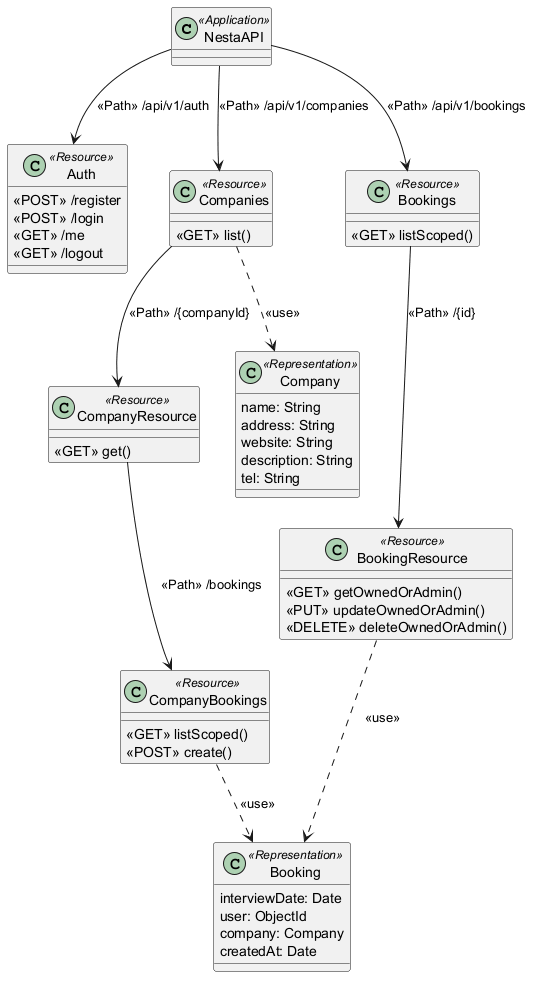
This is docs/diagrams/api-profile.png from Nesta1223/Nesta-JobFair, a PlantUML export, as it was before one commit.
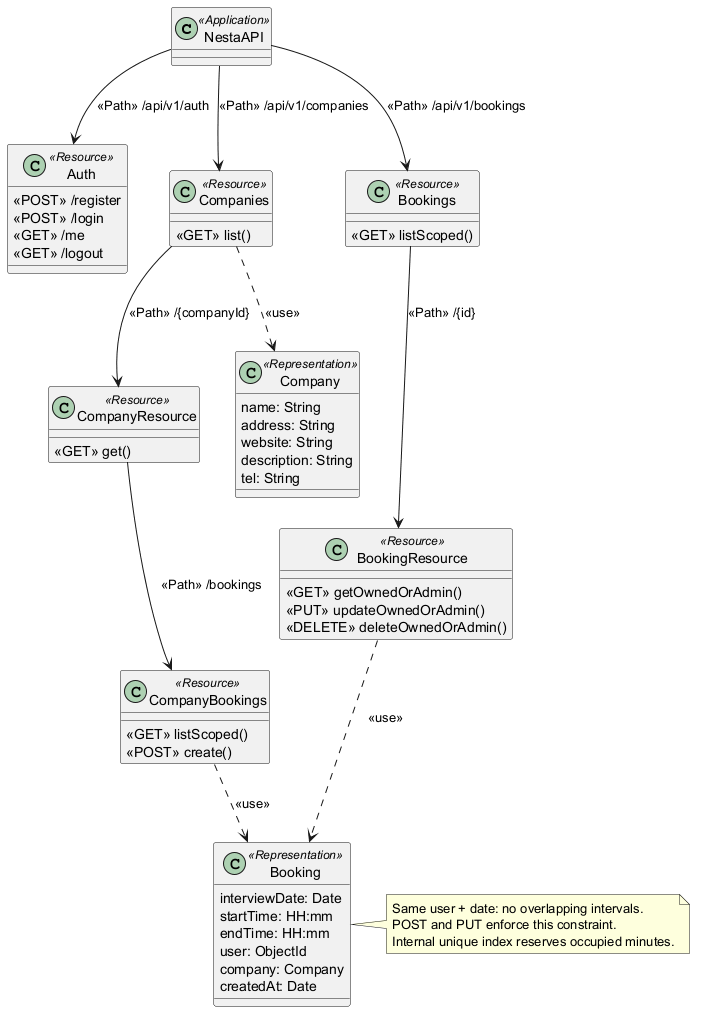
Later version of the same file.

Diff of the diagram source:
```diff
@@ -34,6 +34,8 @@
 }
 class Booking <<Representation>> {
 interviewDate: Date
+startTime: HH:mm
+endTime: HH:mm
 user: ObjectId
 company: Company
 createdAt: Date
@@ -47,4 +49,9 @@
 Companies ..> Company : <<use>>
 CompanyBookings ..> Booking : <<use>>
 BookingResource ..> Booking : <<use>>
+note right of Booking
+Same user + date: no overlapping intervals.
+POST and PUT enforce this constraint.
+Internal unique index reserves occupied minutes.
+end note
 @enduml
```
